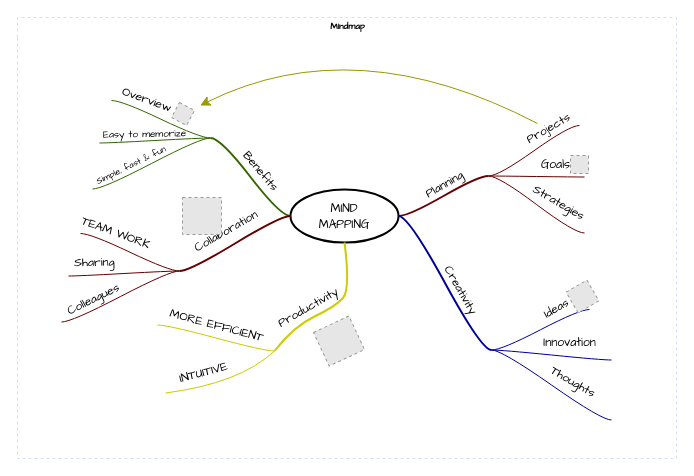
Earlier version of the draw.io diagram MindMap.drawio (chengkahohk/ZPHK_GR_workflow). Source tidied: cells renumbered, new cells numbered last; positions are measured from the earlier drawing's top-left corner, leaving out a move shared by most shapes. Both pictures are drawn from the tidied source at 100%, with x=0, y=0 at pixel (17, 17). Pictures stored in the file or linked from it are replaced by grey dashed boxes.
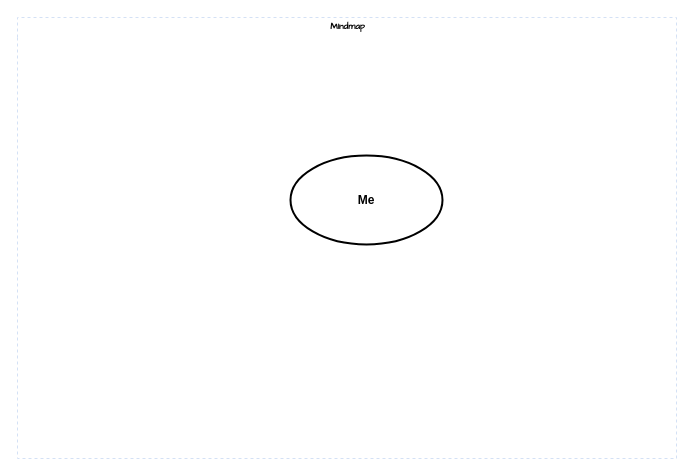
After the change.

Unchanged cells that the change refers to:
```xml
<mxCell id="2" value="Mindmap" style="swimlane;html=1;startSize=20;horizontal=1;containerType=tree;labelBackgroundColor=none;strokeColor=#D4E1F5;strokeWidth=1;fillColor=none;fontFamily=Comic Sans MS;fontSize=9;swimlaneLine=0;dashed=1;" parent="1" vertex="1">
  <mxGeometry width="659" height="441" as="geometry" />
</mxCell>
```

Diff of the diagram source:
```diff
@@
-    <mxCell id="3" value="&lt;font face=&quot;Comic Sans MS&quot;&gt;MIND&lt;br&gt;MAPPING&lt;/font&gt;" style="ellipse;whiteSpace=wrap;html=1;align=center;strokeWidth=2;" parent="2" vertex="1">
-      <mxGeometry x="273" y="172" width="108" height="53" as="geometry" />
+    <mxCell id="3" value="&lt;b&gt;Me&lt;/b&gt;" style="ellipse;whiteSpace=wrap;html=1;align=center;strokeWidth=2;" parent="2" vertex="1">
+      <mxGeometry x="273" y="138" width="152" height="89" as="geometry" />
     </mxCell>
-    <mxCell id="4" style="whiteSpace=wrap;html=1;rounded=1;arcSize=50;align=center;verticalAlign=middle;strokeWidth=1;spacing=4;" parent="2" vertex="1">
-      <mxGeometry x="471" y="158" height="1" as="geometry" />
-    </mxCell>
-    <mxCell id="5" style="edgeStyle=entityRelationEdgeStyle;startArrow=none;endArrow=none;segment=10;curved=1;strokeWidth=2;strokeColor=#660000;rounded=0;fontSize=12;startSize=8;endSize=8;" parent="2" edge="1" source="3" target="4">
-      <mxGeometry relative="1" as="geometry" />
-    </mxCell>
-    <mxCell id="6" value="Planning" style="text;html=1;align=center;verticalAlign=middle;labelBackgroundColor=none;rotation=-30;fontFamily=Comic Sans MS;" parent="5" vertex="1">
-      <mxGeometry x="0.02" y="2" relative="1" as="geometry">
-        <mxPoint x="1" y="-9" as="offset" />
-      </mxGeometry>
-    </mxCell>
-    <mxCell id="7" style="whiteSpace=wrap;html=1;rounded=1;arcSize=50;align=center;verticalAlign=middle;strokeWidth=1;spacing=4;" parent="2" vertex="1" collapsed="1">
-      <mxGeometry x="562" y="108" width="5" as="geometry" />
-    </mxCell>
-    <mxCell id="8" style="edgeStyle=entityRelationEdgeStyle;startArrow=none;endArrow=none;segment=10;curved=1;strokeColor=#660000;rounded=0;fontSize=12;startSize=8;endSize=8;" parent="2" edge="1" source="4" target="7">
-      <mxGeometry relative="1" as="geometry" />
-    </mxCell>
-    <mxCell id="9" value="Projects" style="text;html=1;points=[];align=center;verticalAlign=middle;labelBackgroundColor=none;fontFamily=Comic Sans MS;rotation=-30;" parent="8" vertex="1">
-      <mxGeometry x="0.26" relative="1" as="geometry">
-        <mxPoint x="3" y="-14" as="offset" />
-      </mxGeometry>
-    </mxCell>
-    <mxCell id="10" style="whiteSpace=wrap;html=1;rounded=1;arcSize=50;align=center;verticalAlign=middle;strokeWidth=1;spacing=4;" parent="2" vertex="1">
-      <mxGeometry x="567" y="159" height="1" as="geometry" />
-    </mxCell>
-    <mxCell id="11" style="edgeStyle=entityRelationEdgeStyle;startArrow=none;endArrow=none;segment=10;curved=1;strokeColor=#660000;rounded=0;fontSize=12;startSize=8;endSize=8;" parent="2" edge="1" source="4" target="10">
-      <mxGeometry relative="1" as="geometry" />
-    </mxCell>
-    <mxCell id="12" value="Goals" style="text;html=1;align=center;verticalAlign=middle;labelBackgroundColor=none;fontFamily=Comic Sans MS;rotation=0;" parent="11" vertex="1">
-      <mxGeometry x="-0.11" y="-1" relative="1" as="geometry">
-        <mxPoint x="24" y="-12" as="offset" />
-      </mxGeometry>
-    </mxCell>
-    <mxCell id="13" style="whiteSpace=wrap;html=1;rounded=1;arcSize=50;align=center;verticalAlign=middle;strokeWidth=1;spacing=4;" parent="2" vertex="1">
-      <mxGeometry x="567" y="215" height="1" as="geometry" />
-    </mxCell>
-    <mxCell id="14" style="edgeStyle=entityRelationEdgeStyle;startArrow=none;endArrow=none;segment=10;curved=1;strokeColor=#660000;rounded=0;fontSize=12;startSize=8;endSize=8;" parent="2" edge="1" source="4" target="13">
-      <mxGeometry relative="1" as="geometry" />
-    </mxCell>
-    <mxCell id="15" value="Strategies" style="text;html=1;align=center;verticalAlign=middle;labelBackgroundColor=none;fontFamily=Comic Sans MS;rotation=30;" parent="14" vertex="1">
-      <mxGeometry x="-0.11" y="-1" relative="1" as="geometry">
-        <mxPoint x="28" y="1" as="offset" />
-      </mxGeometry>
-    </mxCell>
-    <mxCell id="16" style="whiteSpace=wrap;html=1;rounded=1;arcSize=50;align=center;verticalAlign=middle;strokeWidth=1;spacing=4;" parent="2" vertex="1">
-      <mxGeometry x="474" y="332" height="1" as="geometry" />
-    </mxCell>
-    <mxCell id="17" style="edgeStyle=entityRelationEdgeStyle;startArrow=none;endArrow=none;segment=10;curved=1;strokeWidth=2;strokeColor=#000099;rounded=0;fontSize=12;startSize=8;endSize=8;" parent="2" edge="1" source="3" target="16">
-      <mxGeometry relative="1" as="geometry" />
-    </mxCell>
-    <mxCell id="18" value="Creativity" style="text;html=1;align=center;verticalAlign=middle;labelBackgroundColor=none;rotation=60;fontFamily=Comic Sans MS;" parent="17" vertex="1">
-      <mxGeometry x="0.02" y="2" relative="1" as="geometry">
-        <mxPoint x="13" y="6" as="offset" />
-      </mxGeometry>
-    </mxCell>
-    <mxCell id="19" style="whiteSpace=wrap;html=1;rounded=1;arcSize=50;align=center;verticalAlign=middle;strokeWidth=1;spacing=4;" parent="2" vertex="1">
-      <mxGeometry x="572" y="292" width="5" as="geometry" />
-    </mxCell>
-    <mxCell id="20" style="edgeStyle=entityRelationEdgeStyle;startArrow=none;endArrow=none;segment=10;curved=1;strokeColor=#000099;rounded=0;fontSize=12;startSize=8;endSize=8;" parent="2" edge="1" source="16" target="19">
-      <mxGeometry relative="1" as="geometry" />
-    </mxCell>
-    <mxCell id="21" value="Ideas" style="text;html=1;align=center;verticalAlign=middle;labelBackgroundColor=none;fontFamily=Comic Sans MS;rotation=-30;" parent="20" vertex="1">
-      <mxGeometry x="0.26" relative="1" as="geometry">
-        <mxPoint x="3" y="-14" as="offset" />
-      </mxGeometry>
-    </mxCell>
-    <mxCell id="22" style="whiteSpace=wrap;html=1;rounded=1;arcSize=50;align=center;verticalAlign=middle;strokeWidth=1;spacing=4;" parent="2" vertex="1">
-      <mxGeometry x="594" y="342" height="1" as="geometry" />
-    </mxCell>
-    <mxCell id="23" style="edgeStyle=entityRelationEdgeStyle;startArrow=none;endArrow=none;segment=10;curved=1;strokeColor=#000099;rounded=0;fontSize=12;startSize=8;endSize=8;" parent="2" edge="1" source="16" target="22">
-      <mxGeometry relative="1" as="geometry" />
-    </mxCell>
-    <mxCell id="24" value="Innovation" style="text;html=1;align=center;verticalAlign=middle;labelBackgroundColor=none;fontFamily=Comic Sans MS;rotation=0;" parent="23" vertex="1">
-      <mxGeometry x="-0.11" y="-1" relative="1" as="geometry">
-        <mxPoint x="24" y="-12" as="offset" />
-      </mxGeometry>
-    </mxCell>
-    <mxCell id="25" style="whiteSpace=wrap;html=1;rounded=1;arcSize=50;align=center;verticalAlign=middle;strokeWidth=1;spacing=4;" parent="2" vertex="1">
-      <mxGeometry x="594" y="402" height="1" as="geometry" />
-    </mxCell>
-    <mxCell id="26" style="edgeStyle=entityRelationEdgeStyle;startArrow=none;endArrow=none;segment=10;curved=1;strokeColor=#000099;rounded=0;fontSize=12;startSize=8;endSize=8;" parent="2" edge="1" source="16" target="25">
-      <mxGeometry relative="1" as="geometry" />
-    </mxCell>
-    <mxCell id="27" value="Thoughts" style="text;html=1;align=center;verticalAlign=middle;labelBackgroundColor=none;fontFamily=Comic Sans MS;rotation=30;" parent="26" vertex="1">
-      <mxGeometry x="-0.11" y="-1" relative="1" as="geometry">
-        <mxPoint x="28" y="1" as="offset" />
-      </mxGeometry>
-    </mxCell>
-    <mxCell id="28" style="fillColor=#E6E6E6;strokeColor=#999999;dashed=1;html=1;verticalAlign=top;verticalLabelPosition=bottom;labelBackgroundColor=#ffffff;fontFamily=Comic Sans MS;rotation=-30;" parent="2" vertex="1">
-      <mxGeometry x="553" y="267" width="24" height="24" as="geometry" />
-    </mxCell>
-    <mxCell id="29" style="edgeStyle=entityRelationEdgeStyle;jumpStyle=arc;html=1;endArrow=classicThin;endFill=1;jettySize=auto;strokeColor=none;strokeWidth=2;fontFamily=Comic Sans MS;rounded=0;fontSize=12;startSize=8;endSize=8;curved=1;" parent="2" edge="1" source="19" target="28">
-      <mxGeometry relative="1" as="geometry" />
-    </mxCell>
-    <mxCell id="30" style="fillColor=#E6E6E6;strokeColor=#999999;dashed=1;html=1;verticalAlign=top;verticalLabelPosition=bottom;labelBackgroundColor=#ffffff;fontFamily=Comic Sans MS;" parent="2" vertex="1">
-      <mxGeometry x="553" y="138" width="18" height="18" as="geometry" />
-    </mxCell>
-    <mxCell id="31" style="edgeStyle=entityRelationEdgeStyle;jumpStyle=arc;html=1;endArrow=classicThin;endFill=1;jettySize=auto;strokeColor=none;strokeWidth=2;fontFamily=Comic Sans MS;rounded=0;fontSize=12;startSize=8;endSize=8;curved=1;" parent="2" edge="1" source="10" target="30">
-      <mxGeometry relative="1" as="geometry" />
-    </mxCell>
-    <mxCell id="32" style="whiteSpace=wrap;html=1;rounded=1;arcSize=50;align=center;verticalAlign=middle;strokeWidth=1;spacing=4;" parent="2" vertex="1">
-      <mxGeometry x="193" y="120" height="1" as="geometry" />
-    </mxCell>
-    <mxCell id="33" style="edgeStyle=entityRelationEdgeStyle;startArrow=none;endArrow=none;segment=10;curved=1;strokeWidth=2;strokeColor=#336600;rounded=0;fontSize=12;startSize=8;endSize=8;" parent="2" edge="1" source="3" target="32">
-      <mxGeometry relative="1" as="geometry" />
-    </mxCell>
-    <mxCell id="34" value="Benefits" style="text;html=1;align=center;verticalAlign=middle;labelBackgroundColor=none;rotation=50;fontFamily=Comic Sans MS;" parent="33" vertex="1">
-      <mxGeometry x="0.02" y="2" relative="1" as="geometry">
-        <mxPoint x="12" y="-7" as="offset" />
-      </mxGeometry>
-    </mxCell>
-    <mxCell id="35" style="whiteSpace=wrap;html=1;rounded=1;arcSize=50;align=center;verticalAlign=middle;strokeWidth=1;spacing=4;" parent="2" vertex="1">
-      <mxGeometry x="75" y="171" height="1" as="geometry" />
-    </mxCell>
-    <mxCell id="36" style="edgeStyle=entityRelationEdgeStyle;startArrow=none;endArrow=none;segment=10;curved=1;strokeColor=#336600;rounded=0;fontSize=12;startSize=8;endSize=8;" parent="2" edge="1" source="32" target="35">
-      <mxGeometry relative="1" as="geometry" />
-    </mxCell>
-    <mxCell id="37" value="Simple, fast &amp;amp; fun" style="text;html=1;align=center;verticalAlign=middle;labelBackgroundColor=none;fontFamily=Comic Sans MS;rotation=-26;fontSize=9;" parent="36" vertex="1">
-      <mxGeometry x="-0.11" y="-1" relative="1" as="geometry">
-        <mxPoint x="-27" y="7" as="offset" />
-      </mxGeometry>
-    </mxCell>
-    <mxCell id="38" style="whiteSpace=wrap;html=1;rounded=1;arcSize=50;align=center;verticalAlign=middle;strokeWidth=1;spacing=4;" parent="2" vertex="1">
-      <mxGeometry x="82" y="125" height="1" as="geometry" />
-    </mxCell>
-    <mxCell id="39" style="edgeStyle=entityRelationEdgeStyle;startArrow=none;endArrow=none;segment=10;curved=1;strokeColor=#336600;rounded=0;fontSize=12;startSize=8;endSize=8;" parent="2" edge="1" source="32" target="38">
-      <mxGeometry relative="1" as="geometry" />
-    </mxCell>
-    <mxCell id="40" value="Easy to memorize" style="text;html=1;align=center;verticalAlign=middle;labelBackgroundColor=none;fontFamily=Comic Sans MS;rotation=-1;fontSize=10;" parent="39" vertex="1">
-      <mxGeometry x="-0.11" y="-1" relative="1" as="geometry">
-        <mxPoint x="-18" y="-6" as="offset" />
-      </mxGeometry>
-    </mxCell>
-    <mxCell id="41" style="whiteSpace=wrap;html=1;rounded=1;arcSize=50;align=center;verticalAlign=middle;strokeWidth=1;spacing=4;" parent="2" vertex="1" collapsed="1">
-      <mxGeometry x="89" y="83" width="5" as="geometry" />
-    </mxCell>
-    <mxCell id="42" style="edgeStyle=entityRelationEdgeStyle;startArrow=none;endArrow=none;segment=10;curved=1;strokeColor=#336600;rounded=0;fontSize=12;startSize=8;endSize=8;" parent="2" edge="1" source="32" target="41">
-      <mxGeometry relative="1" as="geometry" />
-    </mxCell>
-    <mxCell id="43" value="Overview" style="text;html=1;align=center;verticalAlign=middle;labelBackgroundColor=none;fontFamily=Comic Sans MS;rotation=20;" parent="42" vertex="1">
-      <mxGeometry x="0.26" relative="1" as="geometry">
-        <mxPoint x="-2" y="-13" as="offset" />
-      </mxGeometry>
-    </mxCell>
-    <mxCell id="44" style="fillColor=#E6E6E6;strokeColor=#999999;dashed=1;html=1;verticalAlign=top;verticalLabelPosition=bottom;labelBackgroundColor=#ffffff;fontFamily=Comic Sans MS;fontSize=10;rotation=28;" parent="2" vertex="1">
-      <mxGeometry x="157" y="88" width="17" height="17" as="geometry" />
-    </mxCell>
-    <mxCell id="45" style="endArrow=classic;html=1;curved=1;sourcePerimeterSpacing=10;strokeColor=#999900;targetPerimeterSpacing=7;rounded=0;fontSize=12;startSize=8;endSize=8;" parent="2" edge="1" source="9" target="44">
-      <mxGeometry relative="1" as="geometry">
-        <Array as="points">
-          <mxPoint x="338" y="11" />
-        </Array>
-      </mxGeometry>
-    </mxCell>
-    <mxCell id="46" style="jumpStyle=arc;html=1;endArrow=classicThin;endFill=1;jettySize=auto;strokeColor=none;strokeWidth=2;fontFamily=Comic Sans MS;fontSize=10;rounded=0;startSize=8;endSize=8;curved=1;" parent="2" edge="1" source="32" target="44">
-      <mxGeometry relative="1" as="geometry" />
-    </mxCell>
-    <mxCell id="47" style="whiteSpace=wrap;html=1;rounded=1;arcSize=50;align=center;verticalAlign=middle;strokeWidth=1;spacing=4;" parent="2" vertex="1">
-      <mxGeometry x="162" y="253" height="1" as="geometry" />
-    </mxCell>
-    <mxCell id="48" style="edgeStyle=entityRelationEdgeStyle;startArrow=none;endArrow=none;segment=10;curved=1;strokeWidth=2;strokeColor=#660000;rounded=0;fontSize=12;startSize=8;endSize=8;" parent="2" edge="1" source="3" target="47">
-      <mxGeometry relative="1" as="geometry" />
-    </mxCell>
-    <mxCell id="49" value="Collaboration" style="text;html=1;align=center;verticalAlign=middle;labelBackgroundColor=none;rotation=-30;fontFamily=Comic Sans MS;" parent="48" vertex="1">
-      <mxGeometry x="0.02" y="2" relative="1" as="geometry">
-        <mxPoint x="-10" y="-13" as="offset" />
-      </mxGeometry>
-    </mxCell>
-    <mxCell id="50" style="whiteSpace=wrap;html=1;rounded=1;arcSize=50;align=center;verticalAlign=middle;strokeWidth=1;spacing=4;" parent="2" vertex="1">
-      <mxGeometry x="44" y="304" height="1" as="geometry" />
-    </mxCell>
-    <mxCell id="51" style="edgeStyle=entityRelationEdgeStyle;startArrow=none;endArrow=none;segment=10;curved=1;strokeColor=#660000;rounded=0;fontSize=12;startSize=8;endSize=8;" parent="2" edge="1" source="47" target="50">
-      <mxGeometry relative="1" as="geometry" />
-    </mxCell>
-    <mxCell id="52" value="Colleagues" style="text;html=1;align=center;verticalAlign=middle;labelBackgroundColor=none;fontFamily=Comic Sans MS;rotation=-26;fontSize=12;" parent="51" vertex="1">
-      <mxGeometry x="-0.11" y="-1" relative="1" as="geometry">
-        <mxPoint x="-34" y="8" as="offset" />
-      </mxGeometry>
-    </mxCell>
-    <mxCell id="53" style="whiteSpace=wrap;html=1;rounded=1;arcSize=50;align=center;verticalAlign=middle;strokeWidth=1;spacing=4;" parent="2" vertex="1">
-      <mxGeometry x="51" y="258" height="1" as="geometry" />
-    </mxCell>
-    <mxCell id="54" style="edgeStyle=entityRelationEdgeStyle;startArrow=none;endArrow=none;segment=10;curved=1;strokeColor=#660000;rounded=0;fontSize=12;startSize=8;endSize=8;" parent="2" edge="1" source="47" target="53">
-      <mxGeometry relative="1" as="geometry" />
-    </mxCell>
-    <mxCell id="55" value="Sharing" style="text;html=1;align=center;verticalAlign=middle;labelBackgroundColor=none;fontFamily=Comic Sans MS;rotation=-1;fontSize=12;" parent="54" vertex="1">
-      <mxGeometry x="-0.11" y="-1" relative="1" as="geometry">
-        <mxPoint x="-37" y="-9" as="offset" />
-      </mxGeometry>
-    </mxCell>
-    <mxCell id="56" style="whiteSpace=wrap;html=1;rounded=1;arcSize=50;align=center;verticalAlign=middle;strokeWidth=1;spacing=4;" parent="2" vertex="1" collapsed="1">
-      <mxGeometry x="58" y="216" width="5" as="geometry" />
-    </mxCell>
-    <mxCell id="57" style="edgeStyle=entityRelationEdgeStyle;startArrow=none;endArrow=none;segment=10;curved=1;strokeColor=#660000;rounded=0;fontSize=12;startSize=8;endSize=8;" parent="2" edge="1" source="47" target="56">
-      <mxGeometry relative="1" as="geometry" />
-    </mxCell>
-    <mxCell id="58" value="TEAM WORK" style="text;html=1;align=center;verticalAlign=middle;labelBackgroundColor=none;fontFamily=Comic Sans MS;rotation=20;" parent="57" vertex="1">
-      <mxGeometry x="0.26" relative="1" as="geometry">
-        <mxPoint x="-2" y="-13" as="offset" />
-      </mxGeometry>
-    </mxCell>
-    <mxCell id="59" style="fillColor=#E6E6E6;strokeColor=#999999;dashed=1;html=1;verticalAlign=top;verticalLabelPosition=bottom;labelBackgroundColor=#ffffff;fontFamily=Comic Sans MS;fontSize=12;fontColor=#000000;align=center;" parent="2" vertex="1">
-      <mxGeometry x="165" y="180" width="39" height="37" as="geometry" />
-    </mxCell>
-    <mxCell id="60" style="edgeStyle=none;jumpStyle=arc;html=1;entryX=0.5;entryY=1;entryPerimeter=0;endArrow=classicThin;endFill=1;jettySize=auto;strokeColor=none;strokeWidth=2;fontFamily=Comic Sans MS;fontSize=12;rounded=0;startSize=8;endSize=8;curved=1;" parent="2" edge="1" source="47" target="59">
-      <mxGeometry relative="1" as="geometry" />
-    </mxCell>
-    <mxCell id="61" style="whiteSpace=wrap;html=1;rounded=1;arcSize=50;align=center;verticalAlign=middle;strokeWidth=1;spacing=4;" parent="2" vertex="1">
-      <mxGeometry x="257" y="333" height="1" as="geometry" />
-    </mxCell>
-    <mxCell id="62" style="startArrow=none;endArrow=none;segment=10;strokeWidth=2;strokeColor=#CCCC00;exitX=0.5;exitY=1;curved=1;rounded=0;fontSize=12;startSize=8;endSize=8;" parent="2" edge="1" source="3" target="61">
-      <mxGeometry relative="1" as="geometry">
-        <Array as="points">
-          <mxPoint x="333" y="272" />
-          <mxPoint x="318" y="289" />
-          <mxPoint x="276" y="309" />
-        </Array>
-      </mxGeometry>
-    </mxCell>
-    <mxCell id="63" value="Productivity" style="text;html=1;align=center;verticalAlign=middle;labelBackgroundColor=none;rotation=-30;fontFamily=Comic Sans MS;" parent="62" vertex="1">
-      <mxGeometry x="0.02" y="2" relative="1" as="geometry">
-        <mxPoint x="-24" y="-2" as="offset" />
-      </mxGeometry>
-    </mxCell>
-    <mxCell id="64" style="whiteSpace=wrap;html=1;rounded=1;arcSize=50;align=center;verticalAlign=middle;strokeWidth=1;spacing=4;" parent="2" vertex="1">
-      <mxGeometry x="148" y="375" height="1" as="geometry" />
-    </mxCell>
-    <mxCell id="65" style="startArrow=none;endArrow=none;segment=10;strokeColor=#CCCC00;curved=1;rounded=0;fontSize=12;startSize=8;endSize=8;" parent="2" edge="1" source="61" target="64">
-      <mxGeometry relative="1" as="geometry">
-        <Array as="points">
-          <mxPoint x="222" y="366" />
-        </Array>
-      </mxGeometry>
-    </mxCell>
-    <mxCell id="66" value="INTUITIVE" style="text;html=1;align=center;verticalAlign=middle;labelBackgroundColor=none;fontFamily=Comic Sans MS;rotation=-15;fontSize=12;" parent="65" vertex="1">
-      <mxGeometry x="-0.11" y="-1" relative="1" as="geometry">
-        <mxPoint x="-30" y="-10" as="offset" />
-      </mxGeometry>
-    </mxCell>
-    <mxCell id="67" style="whiteSpace=wrap;html=1;rounded=1;arcSize=50;align=center;verticalAlign=middle;strokeWidth=1;spacing=4;" parent="2" vertex="1">
-      <mxGeometry x="140" y="307" height="1" as="geometry" />
-    </mxCell>
-    <mxCell id="68" style="edgeStyle=entityRelationEdgeStyle;startArrow=none;endArrow=none;segment=10;curved=1;strokeColor=#CCCC00;rounded=0;fontSize=12;startSize=8;endSize=8;" parent="2" edge="1" source="61" target="67">
-      <mxGeometry relative="1" as="geometry" />
-    </mxCell>
-    <mxCell id="69" value="MORE EFFICIENT" style="text;html=1;align=center;verticalAlign=middle;labelBackgroundColor=none;fontFamily=Comic Sans MS;rotation=15;fontSize=12;" parent="68" vertex="1">
-      <mxGeometry x="-0.11" y="-1" relative="1" as="geometry">
-        <mxPoint x="-6" y="-13" as="offset" />
-      </mxGeometry>
-    </mxCell>
-    <mxCell id="70" style="fillColor=#E6E6E6;strokeColor=#999999;dashed=1;html=1;verticalAlign=top;verticalLabelPosition=bottom;labelBackgroundColor=#ffffff;fontFamily=Comic Sans MS;fontSize=12;fontColor=#000000;align=center;rotation=-25;" parent="2" vertex="1">
-      <mxGeometry x="302" y="305" width="39" height="37" as="geometry" />
-    </mxCell>
-    <mxCell id="71" style="edgeStyle=none;jumpStyle=arc;html=1;entryX=0.5;entryY=1;entryPerimeter=0;endArrow=classicThin;endFill=1;jettySize=auto;strokeColor=none;strokeWidth=2;fontFamily=Comic Sans MS;fontSize=12;rounded=0;startSize=8;endSize=8;curved=1;" parent="2" edge="1" source="61" target="70">
-      <mxGeometry relative="1" as="geometry" />
-    </mxCell>
```
